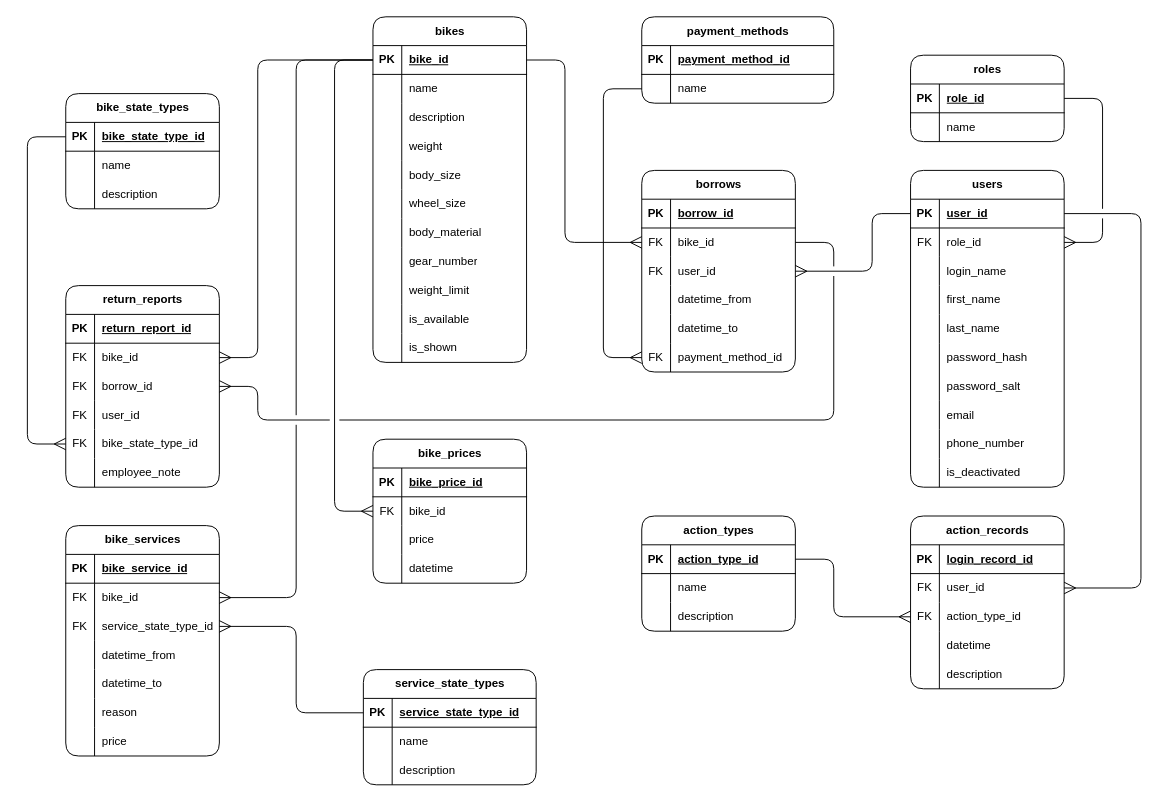
Before: page "ER Diagram" (6 of 6) of diagrams.drawio in KrazyManJ/jolt, a draw.io diagram. Source tidied: cells renumbered, new cells numbered last; positions are measured from the earlier drawing's top-left corner, leaving out a move shared by most shapes. Both pictures are drawn from the tidied source at 96%, with x=0, y=0 at pixel (27, 16).
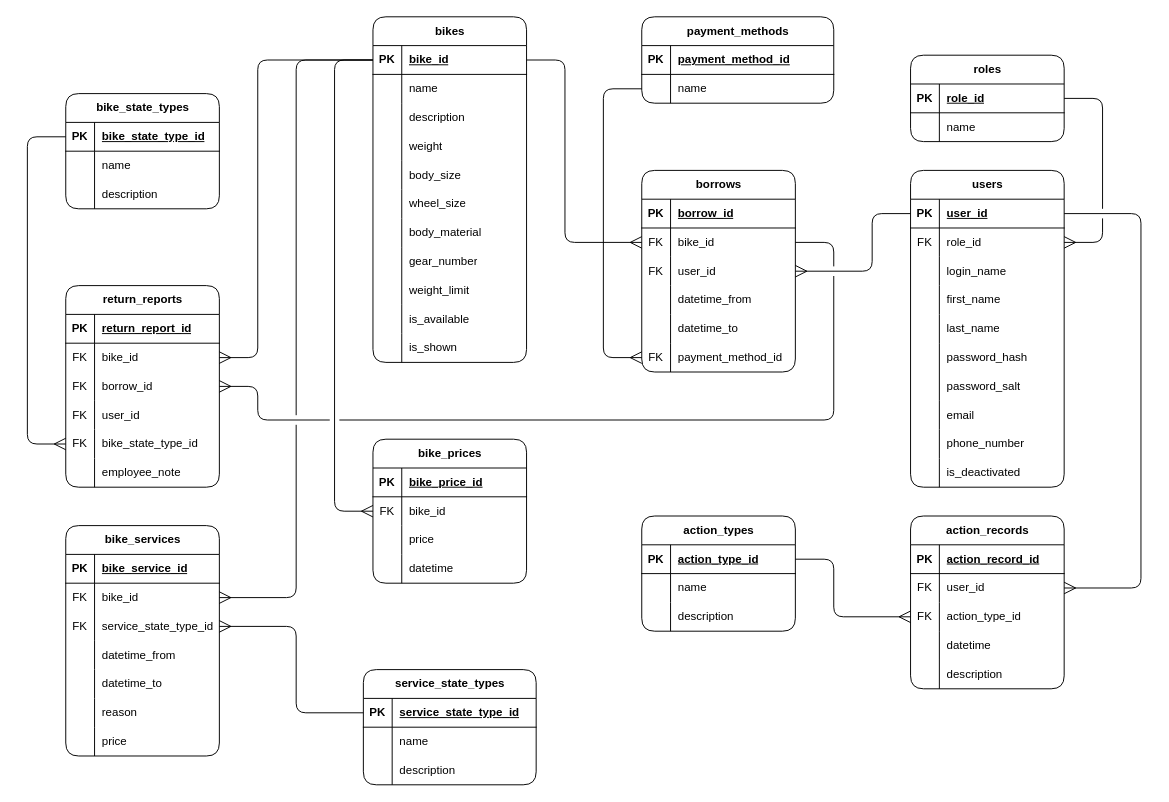
The same page after the edit.

Unchanged cells that the change refers to:
```xml
<mxCell id="103" style="shape=tableRow;horizontal=0;startSize=0;swimlaneHead=0;swimlaneBody=0;fillColor=none;top=0;left=0;right=0;bottom=1;html=1;" parent="102" vertex="1">
  <mxGeometry y="30" width="160" height="30" as="geometry" />
</mxCell>
```

What changed in the source:
```diff
@@
-    <mxCell id="105" value="login_record_id" style="shape=partialRectangle;fillColor=none;top=0;left=0;bottom=0;right=0;align=left;spacingLeft=6;fontStyle=5;overflow=hidden;html=1;" parent="103" vertex="1">
+    <mxCell id="105" value="action_record_id" style="shape=partialRectangle;fillColor=none;top=0;left=0;bottom=0;right=0;align=left;spacingLeft=6;fontStyle=5;overflow=hidden;html=1;" parent="103" vertex="1">
       <mxGeometry x="30" width="130" height="30" as="geometry" />
     </mxCell>
```
